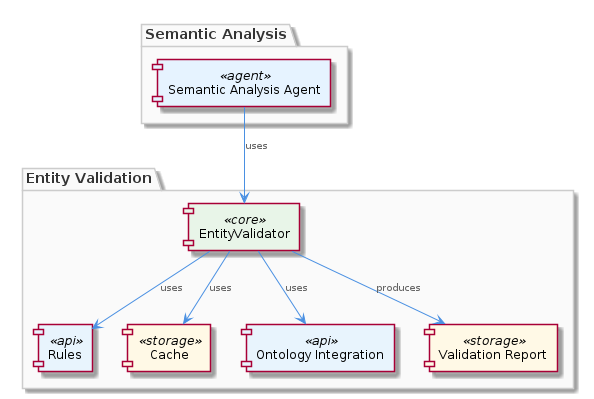
fwornle/coding keeps this PlantUML diagram as .data/knowledge-graph/insights/images/entity-validator-architecture.png. Above is the earlier version. Its source is kept beside it as .data/knowledge-graph/insights/puml/entity-validator-architecture.puml.
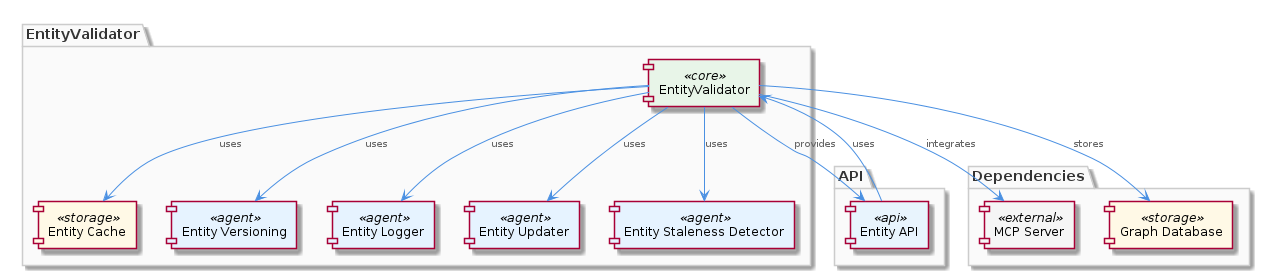
After the commit.

The edit, as a diff of the source:
```diff
@@ -1,22 +1,32 @@
 @startuml
 !include /coding/docs/puml/_standard-style.puml
 
-package "Entity Validation" {
+package "EntityValidator" {
   component "EntityValidator" as ev <<core>>
-  component "Rules" as r <<api>>
-  component "Cache" as c <<storage>>
-  component "Ontology Integration" as oi <<api>>
-  component "Validation Report" as vr <<storage>>
+  component "Entity Cache" as ec <<storage>>
+  component "Entity Versioning" as evs <<agent>>
+  component "Entity Logger" as el <<agent>>
+  component "Entity Updater" as eu <<agent>>
+  component "Entity Staleness Detector" as esd <<agent>>
 }
 
-package "Semantic Analysis" {
-  component "Semantic Analysis Agent" as saa <<agent>>
+package "API" {
+  component "Entity API" as ea <<api>>
 }
 
-ev --> r : uses
-ev --> c : uses
-ev --> oi : uses
-ev --> vr : produces
-saa --> ev : uses
+package "Dependencies" {
+  component "MCP Server" as mcp <<external>>
+  component "Graph Database" as gd <<storage>>
+}
+
+ev --> ec : uses
+ev --> evs : uses
+ev --> el : uses
+ev --> eu : uses
+ev --> esd : uses
+ev --> ea : provides
+ea --> ev : uses
+ev --> mcp : integrates
+ev --> gd : stores
 
 @enduml
```
